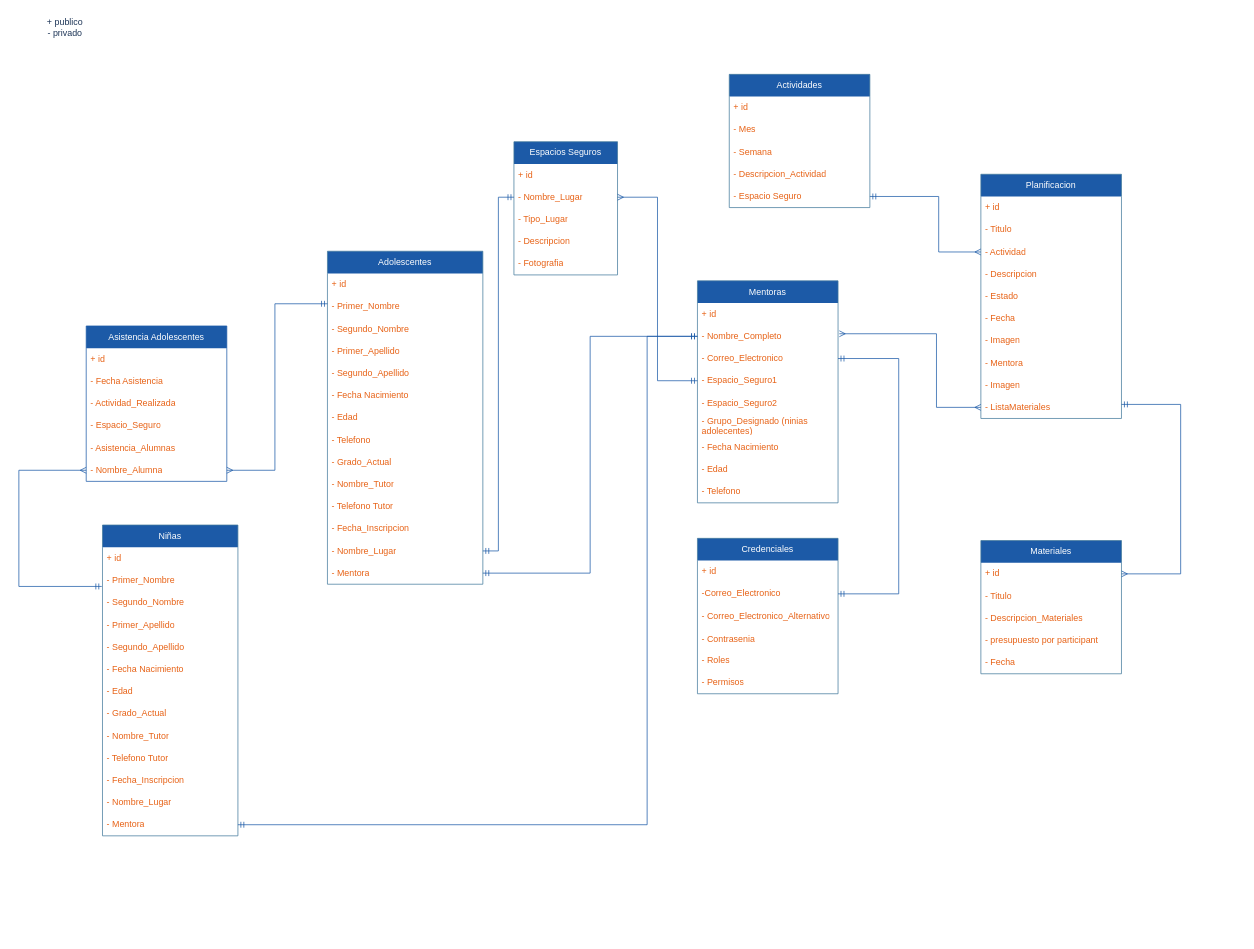
This is page "Digrama de Clases" (3 of 5) of REDMI.drawio from NealD00/Diagramin, a draw.io file, before an edit. Source tidied: cells renumbered, new cells numbered last; positions are measured from the earlier drawing's top-left corner, leaving out a move shared by most shapes. Both pictures are drawn from the tidied source at 74%, with x=0, y=0 at pixel (18, 13).
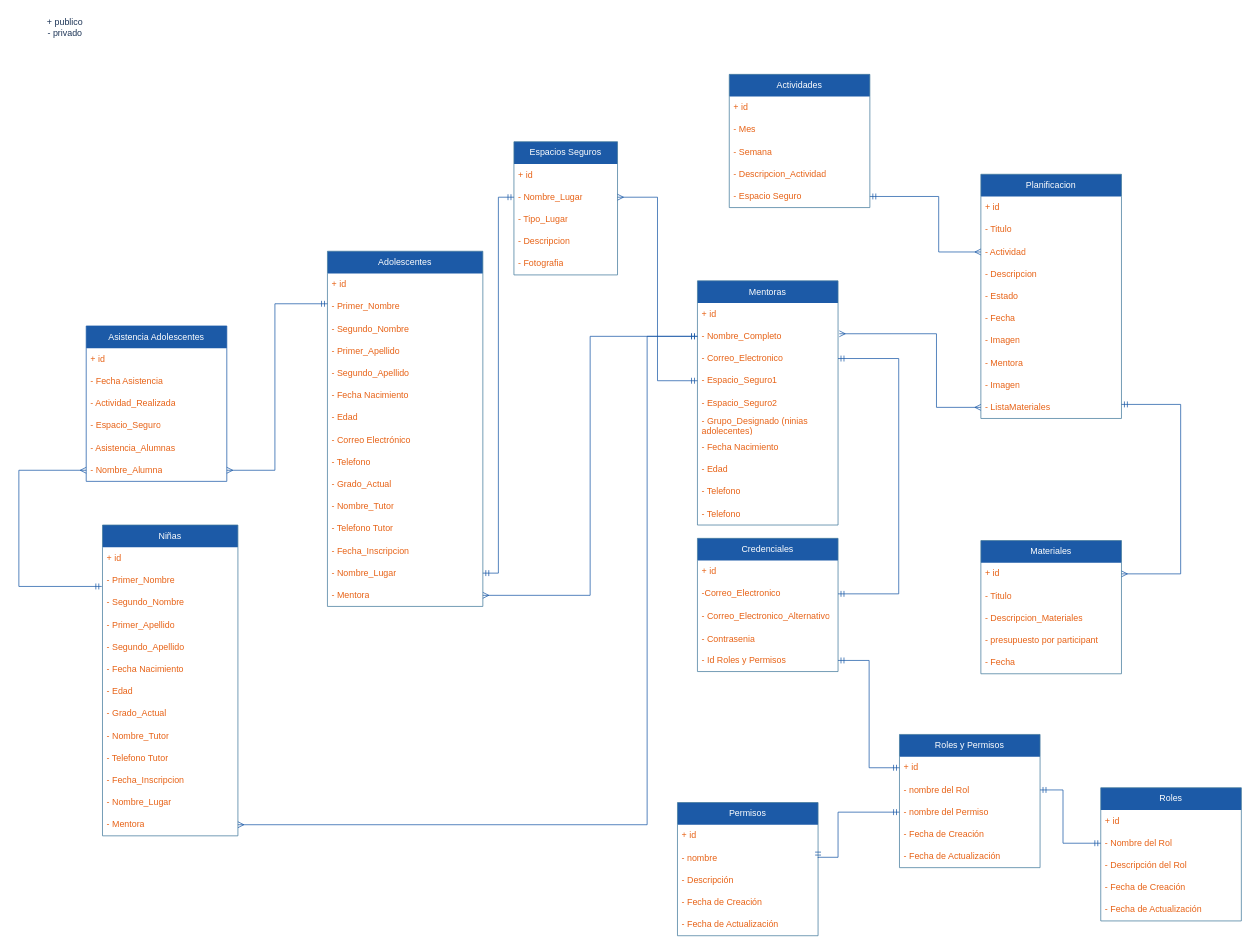
The same diagram, later.

Unchanged cells that the change refers to:
```xml
<mxCell id="26" value="- Nombre_Completo" style="text;strokeColor=none;fillColor=none;align=left;verticalAlign=middle;spacingLeft=4;spacingRight=4;overflow=hidden;points=[[0,0.5],[1,0.5]];portConstraint=eastwest;whiteSpace=wrap;html=1;labelBackgroundColor=none;fontColor=#E76216;swimlaneLine=0;" parent="24" vertex="1">
  <mxGeometry y="60" width="190" height="30" as="geometry" />
</mxCell>
<mxCell id="90" value="- Mentora" style="text;strokeColor=none;fillColor=none;align=left;verticalAlign=middle;spacingLeft=4;spacingRight=4;overflow=hidden;points=[[0,0.5],[1,0.5]];portConstraint=eastwest;whiteSpace=wrap;html=1;labelBackgroundColor=none;fontColor=#E76216;swimlaneLine=0;" parent="77" vertex="1">
  <mxGeometry y="390" width="183" height="30" as="geometry" />
</mxCell>
```

Change to the diagram source:
```diff
@@
     <mxCell id="9" value="&lt;font color=&quot;#ffffff&quot;&gt;Adolescentes&lt;/font&gt;" style="swimlane;fontStyle=0;horizontal=1;startSize=30;whiteSpace=wrap;html=1;labelBackgroundColor=none;fillColor=#1C5AA7;strokeColor=#457B9D;fontColor=#1D3557;swimlaneLine=0;" parent="1" vertex="1">
-      <mxGeometry x="417" y="322" width="210" height="450" as="geometry" />
+      <mxGeometry x="417" y="322" width="210" height="480" as="geometry" />
     </mxCell>
@@
+    <mxCell id="95" value="- Correo Electrónico" style="text;strokeColor=none;fillColor=none;align=left;verticalAlign=middle;spacingLeft=4;spacingRight=4;overflow=hidden;whiteSpace=wrap;html=1;labelBackgroundColor=none;fontColor=#E76216;swimlaneLine=0;" parent="9" vertex="1">
+      <mxGeometry y="240" width="210" height="30" as="geometry" />
+    </mxCell>
     <mxCell id="17" value="- Telefono" style="text;strokeColor=none;fillColor=none;align=left;verticalAlign=middle;spacingLeft=4;spacingRight=4;overflow=hidden;whiteSpace=wrap;html=1;labelBackgroundColor=none;fontColor=#E76216;swimlaneLine=0;" parent="9" vertex="1">
-      <mxGeometry y="240" width="210" height="30" as="geometry" />
+      <mxGeometry y="270" width="210" height="30" as="geometry" />
     </mxCell>
     <mxCell id="18" value="- Grado_Actual" style="text;strokeColor=none;fillColor=none;align=left;verticalAlign=middle;spacingLeft=4;spacingRight=4;overflow=hidden;whiteSpace=wrap;html=1;labelBackgroundColor=none;fontColor=#E76216;swimlaneLine=0;" parent="9" vertex="1">
-      <mxGeometry y="270" width="210" height="30" as="geometry" />
+      <mxGeometry y="300" width="210" height="30" as="geometry" />
     </mxCell>
     <mxCell id="19" value="- Nombre_Tutor" style="text;strokeColor=none;fillColor=none;align=left;verticalAlign=middle;spacingLeft=4;spacingRight=4;overflow=hidden;whiteSpace=wrap;html=1;labelBackgroundColor=none;fontColor=#E76216;swimlaneLine=0;" parent="9" vertex="1">
-      <mxGeometry y="300" width="210" height="30" as="geometry" />
+      <mxGeometry y="330" width="210" height="30" as="geometry" />
     </mxCell>
     <mxCell id="20" value="- Telefono Tutor" style="text;strokeColor=none;fillColor=none;align=left;verticalAlign=middle;spacingLeft=4;spacingRight=4;overflow=hidden;whiteSpace=wrap;html=1;labelBackgroundColor=none;fontColor=#E76216;swimlaneLine=0;" parent="9" vertex="1">
-      <mxGeometry y="330" width="210" height="30" as="geometry" />
+      <mxGeometry y="360" width="210" height="30" as="geometry" />
     </mxCell>
     <mxCell id="21" value="- Fecha_Inscripcion" style="text;strokeColor=none;fillColor=none;align=left;verticalAlign=middle;spacingLeft=4;spacingRight=4;overflow=hidden;whiteSpace=wrap;html=1;labelBackgroundColor=none;fontColor=#E76216;swimlaneLine=0;" parent="9" vertex="1">
-      <mxGeometry y="360" width="210" height="30" as="geometry" />
+      <mxGeometry y="390" width="210" height="30" as="geometry" />
     </mxCell>
     <mxCell id="22" value="- Nombre_Lugar" style="text;strokeColor=none;fillColor=none;align=left;verticalAlign=middle;spacingLeft=4;spacingRight=4;overflow=hidden;points=[[0,0.5],[1,0.5]];portConstraint=eastwest;whiteSpace=wrap;html=1;labelBackgroundColor=none;fontColor=#E76216;swimlaneLine=0;" parent="9" vertex="1">
-      <mxGeometry y="390" width="210" height="30" as="geometry" />
+      <mxGeometry y="420" width="210" height="30" as="geometry" />
     </mxCell>
     <mxCell id="23" value="- Mentora" style="text;strokeColor=none;fillColor=none;align=left;verticalAlign=middle;spacingLeft=4;spacingRight=4;overflow=hidden;points=[[0,0.5],[1,0.5]];portConstraint=eastwest;whiteSpace=wrap;html=1;labelBackgroundColor=none;fontColor=#E76216;swimlaneLine=0;" parent="9" vertex="1">
-      <mxGeometry y="420" width="210" height="30" as="geometry" />
+      <mxGeometry y="450" width="210" height="30" as="geometry" />
     </mxCell>
     <mxCell id="24" value="&lt;font color=&quot;#ffffff&quot;&gt;Mentoras&lt;/font&gt;" style="swimlane;fontStyle=0;horizontal=1;startSize=30;whiteSpace=wrap;html=1;labelBackgroundColor=none;fillColor=#1C5AA7;strokeColor=#457B9D;fontColor=#1D3557;swimlaneLine=0;" parent="1" vertex="1">
-      <mxGeometry x="917" y="362" width="190" height="300" as="geometry" />
+      <mxGeometry x="917" y="362" width="190" height="330" as="geometry" />
     </mxCell>
@@
+    <mxCell id="96" value="- Telefono" style="text;strokeColor=none;fillColor=none;align=left;verticalAlign=middle;spacingLeft=4;spacingRight=4;overflow=hidden;whiteSpace=wrap;html=1;labelBackgroundColor=none;fontColor=#E76216;swimlaneLine=0;" parent="24" vertex="1">
+      <mxGeometry y="270" width="190" height="30" as="geometry" />
+    </mxCell>
     <mxCell id="33" value="- Telefono" style="text;strokeColor=none;fillColor=none;align=left;verticalAlign=middle;spacingLeft=4;spacingRight=4;overflow=hidden;whiteSpace=wrap;html=1;labelBackgroundColor=none;fontColor=#E76216;swimlaneLine=0;" parent="24" vertex="1">
-      <mxGeometry y="270" width="190" height="30" as="geometry" />
+      <mxGeometry y="300" width="190" height="30" as="geometry" />
     </mxCell>
@@
     <mxCell id="52" value="&lt;font color=&quot;#ffffff&quot;&gt;Credenciales&lt;/font&gt;" style="swimlane;fontStyle=0;horizontal=1;startSize=30;whiteSpace=wrap;html=1;labelBackgroundColor=none;fillColor=#1C5AA7;strokeColor=#457B9D;fontColor=#1D3557;swimlaneLine=0;" parent="1" vertex="1">
-      <mxGeometry x="917" y="710" width="190" height="210" as="geometry" />
+      <mxGeometry x="917" y="710" width="190" height="180" as="geometry" />
     </mxCell>
@@
-    <mxCell id="57" value="- Roles" style="text;strokeColor=none;fillColor=none;align=left;verticalAlign=middle;spacingLeft=4;spacingRight=4;overflow=hidden;points=[[0,0.5],[1,0.5]];portConstraint=eastwest;whiteSpace=wrap;html=1;labelBackgroundColor=none;fontColor=#E76216;swimlaneLine=0;" parent="52" vertex="1">
+    <mxCell id="57" value="- Id Roles y Permisos" style="text;strokeColor=none;fillColor=none;align=left;verticalAlign=middle;spacingLeft=4;spacingRight=4;overflow=hidden;points=[[0,0.5],[1,0.5]];portConstraint=eastwest;whiteSpace=wrap;html=1;labelBackgroundColor=none;fontColor=#E76216;swimlaneLine=0;" parent="52" vertex="1">
       <mxGeometry y="150" width="190" height="30" as="geometry" />
     </mxCell>
-    <mxCell id="58" value="- Permisos" style="text;strokeColor=none;fillColor=none;align=left;verticalAlign=middle;spacingLeft=4;spacingRight=4;overflow=hidden;whiteSpace=wrap;html=1;labelBackgroundColor=none;fontColor=#E76216;swimlaneLine=0;" parent="52" vertex="1">
-      <mxGeometry y="180" width="190" height="30" as="geometry" />
-    </mxCell>
-    <mxCell id="59" style="rounded=0;jettySize=auto;html=1;exitX=0;exitY=0.5;exitDx=0;exitDy=0;fontFamily=Helvetica;fontSize=12;fontColor=default;fontStyle=0;edgeStyle=orthogonalEdgeStyle;startArrow=ERmandOne;startFill=0;endArrow=ERmandOne;endFill=0;labelBackgroundColor=none;strokeColor=#1C5AA7;swimlaneLine=0;" parent="1" edge="1" source="26" target="23">
+    <mxCell id="59" style="rounded=0;jettySize=auto;html=1;exitX=0;exitY=0.5;exitDx=0;exitDy=0;fontFamily=Helvetica;fontSize=12;fontColor=default;fontStyle=0;edgeStyle=orthogonalEdgeStyle;startArrow=ERmandOne;startFill=0;endArrow=ERmany;endFill=0;labelBackgroundColor=none;strokeColor=#1C5AA7;swimlaneLine=0;" parent="1" edge="1" source="26" target="23">
       <mxGeometry relative="1" as="geometry" />
     </mxCell>
@@
-    <mxCell id="91" style="rounded=0;jettySize=auto;html=1;fontFamily=Helvetica;fontSize=12;fontColor=default;fontStyle=0;edgeStyle=orthogonalEdgeStyle;startArrow=ERmandOne;startFill=0;endArrow=ERmandOne;endFill=0;exitX=0;exitY=0.5;exitDx=0;exitDy=0;entryX=1;entryY=0.5;entryDx=0;entryDy=0;labelBackgroundColor=none;strokeColor=#1C5AA7;swimlaneLine=0;" parent="1" edge="1" source="26" target="90">
+    <mxCell id="91" style="rounded=0;jettySize=auto;html=1;fontFamily=Helvetica;fontSize=12;fontColor=default;fontStyle=0;edgeStyle=orthogonalEdgeStyle;startArrow=ERmandOne;startFill=0;endArrow=ERmany;endFill=0;exitX=0;exitY=0.5;exitDx=0;exitDy=0;entryX=1;entryY=0.5;entryDx=0;entryDy=0;labelBackgroundColor=none;strokeColor=#1C5AA7;swimlaneLine=0;" parent="1" edge="1" source="26" target="90">
       <mxGeometry relative="1" as="geometry">
         <Array as="points">
           <mxPoint x="849" y="437" />
           <mxPoint x="849" y="1097" />
         </Array>
       </mxGeometry>
     </mxCell>
@@
+    <mxCell id="97" value="&lt;font color=&quot;#ffffff&quot;&gt;Roles&lt;/font&gt;" style="swimlane;fontStyle=0;horizontal=1;startSize=30;whiteSpace=wrap;html=1;labelBackgroundColor=none;fillColor=#1C5AA7;strokeColor=#457B9D;fontColor=#1D3557;swimlaneLine=0;" parent="1" vertex="1">
+      <mxGeometry x="1462" y="1047" width="190" height="180" as="geometry" />
+    </mxCell>
+    <mxCell id="98" value="+ id&amp;nbsp;&lt;span style=&quot;white-space: pre;&quot;&gt;&#9;&lt;/span&gt;" style="text;strokeColor=none;fillColor=none;align=left;verticalAlign=middle;spacingLeft=4;spacingRight=4;overflow=hidden;whiteSpace=wrap;html=1;labelBackgroundColor=none;fontColor=#E76216;swimlaneLine=0;" parent="97" vertex="1">
+      <mxGeometry y="30" width="190" height="30" as="geometry" />
+    </mxCell>
+    <mxCell id="99" value="- Nombre del Rol" style="text;strokeColor=none;fillColor=none;align=left;verticalAlign=middle;spacingLeft=4;spacingRight=4;overflow=hidden;points=[[0,0.5],[1,0.5]];portConstraint=eastwest;whiteSpace=wrap;html=1;labelBackgroundColor=none;fontColor=#E76216;swimlaneLine=0;" parent="97" vertex="1">
+      <mxGeometry y="60" width="190" height="30" as="geometry" />
+    </mxCell>
+    <mxCell id="100" value="- Descripción del Rol" style="text;strokeColor=none;fillColor=none;align=left;verticalAlign=middle;spacingLeft=4;spacingRight=4;overflow=hidden;whiteSpace=wrap;html=1;labelBackgroundColor=none;fontColor=#E76216;swimlaneLine=0;" parent="97" vertex="1">
+      <mxGeometry y="90" width="190" height="30" as="geometry" />
+    </mxCell>
+    <mxCell id="101" value="- Fecha de Creación" style="text;strokeColor=none;fillColor=none;align=left;verticalAlign=middle;spacingLeft=4;spacingRight=4;overflow=hidden;whiteSpace=wrap;html=1;labelBackgroundColor=none;fontColor=#E76216;swimlaneLine=0;" parent="97" vertex="1">
+      <mxGeometry y="120" width="190" height="30" as="geometry" />
+    </mxCell>
+    <mxCell id="102" value="- Fecha de Actualización" style="text;strokeColor=none;fillColor=none;align=left;verticalAlign=middle;spacingLeft=4;spacingRight=4;overflow=hidden;whiteSpace=wrap;html=1;labelBackgroundColor=none;fontColor=#E76216;swimlaneLine=0;" parent="97" vertex="1">
+      <mxGeometry y="150" width="190" height="30" as="geometry" />
+    </mxCell>
+    <mxCell id="103" value="&lt;font color=&quot;#ffffff&quot;&gt;Permisos&lt;/font&gt;" style="swimlane;fontStyle=0;horizontal=1;startSize=30;whiteSpace=wrap;html=1;labelBackgroundColor=none;fillColor=#1C5AA7;strokeColor=#457B9D;fontColor=#1D3557;swimlaneLine=0;" parent="1" vertex="1">
+      <mxGeometry x="890" y="1067" width="190" height="180" as="geometry" />
+    </mxCell>
+    <mxCell id="104" value="+ id&amp;nbsp;&lt;span style=&quot;white-space: pre;&quot;&gt;&#9;&lt;/span&gt;" style="text;strokeColor=none;fillColor=none;align=left;verticalAlign=middle;spacingLeft=4;spacingRight=4;overflow=hidden;whiteSpace=wrap;html=1;labelBackgroundColor=none;fontColor=#E76216;swimlaneLine=0;" parent="103" vertex="1">
+      <mxGeometry y="30" width="190" height="30" as="geometry" />
+    </mxCell>
+    <mxCell id="105" value="- nombre" style="text;strokeColor=none;fillColor=none;align=left;verticalAlign=middle;spacingLeft=4;spacingRight=4;overflow=hidden;points=[[0,0.5],[1,0.5]];portConstraint=eastwest;whiteSpace=wrap;html=1;labelBackgroundColor=none;fontColor=#E76216;swimlaneLine=0;" parent="103" vertex="1">
+      <mxGeometry y="60" width="190" height="30" as="geometry" />
+    </mxCell>
+    <mxCell id="106" value="- Descripción" style="text;strokeColor=none;fillColor=none;align=left;verticalAlign=middle;spacingLeft=4;spacingRight=4;overflow=hidden;whiteSpace=wrap;html=1;labelBackgroundColor=none;fontColor=#E76216;swimlaneLine=0;" parent="103" vertex="1">
+      <mxGeometry y="90" width="190" height="30" as="geometry" />
+    </mxCell>
+    <mxCell id="107" value="- Fecha de Creación" style="text;strokeColor=none;fillColor=none;align=left;verticalAlign=middle;spacingLeft=4;spacingRight=4;overflow=hidden;whiteSpace=wrap;html=1;labelBackgroundColor=none;fontColor=#E76216;swimlaneLine=0;" parent="103" vertex="1">
+      <mxGeometry y="120" width="190" height="30" as="geometry" />
+    </mxCell>
+    <mxCell id="108" value="- Fecha de Actualización" style="text;strokeColor=none;fillColor=none;align=left;verticalAlign=middle;spacingLeft=4;spacingRight=4;overflow=hidden;whiteSpace=wrap;html=1;labelBackgroundColor=none;fontColor=#E76216;swimlaneLine=0;" parent="103" vertex="1">
+      <mxGeometry y="150" width="190" height="30" as="geometry" />
+    </mxCell>
+    <mxCell id="109" value="&lt;font color=&quot;#ffffff&quot;&gt;Roles y Permisos&lt;/font&gt;" style="swimlane;fontStyle=0;horizontal=1;startSize=30;whiteSpace=wrap;html=1;labelBackgroundColor=none;fillColor=#1C5AA7;strokeColor=#457B9D;fontColor=#1D3557;swimlaneLine=0;" parent="1" vertex="1">
+      <mxGeometry x="1190" y="975" width="190" height="180" as="geometry" />
+    </mxCell>
+    <mxCell id="110" value="+ id&amp;nbsp;&lt;span style=&quot;white-space: pre;&quot;&gt;&#9;&lt;/span&gt;" style="text;strokeColor=none;fillColor=none;align=left;verticalAlign=middle;spacingLeft=4;spacingRight=4;overflow=hidden;points=[[0,0.5],[1,0.5]];portConstraint=eastwest;whiteSpace=wrap;html=1;labelBackgroundColor=none;fontColor=#E76216;swimlaneLine=0;" parent="109" vertex="1">
+      <mxGeometry y="30" width="190" height="30" as="geometry" />
+    </mxCell>
+    <mxCell id="111" value="- nombre del Rol" style="text;strokeColor=none;fillColor=none;align=left;verticalAlign=middle;spacingLeft=4;spacingRight=4;overflow=hidden;points=[[0,0.5],[1,0.5]];portConstraint=eastwest;whiteSpace=wrap;html=1;labelBackgroundColor=none;fontColor=#E76216;swimlaneLine=0;" parent="109" vertex="1">
+      <mxGeometry y="60" width="190" height="30" as="geometry" />
+    </mxCell>
+    <mxCell id="112" value="- nombre del Permiso" style="text;strokeColor=none;fillColor=none;align=left;verticalAlign=middle;spacingLeft=4;spacingRight=4;overflow=hidden;points=[[0,0.5],[1,0.5]];portConstraint=eastwest;whiteSpace=wrap;html=1;labelBackgroundColor=none;fontColor=#E76216;swimlaneLine=0;" parent="109" vertex="1">
+      <mxGeometry y="90" width="190" height="30" as="geometry" />
+    </mxCell>
+    <mxCell id="113" value="- Fecha de Creación" style="text;strokeColor=none;fillColor=none;align=left;verticalAlign=middle;spacingLeft=4;spacingRight=4;overflow=hidden;whiteSpace=wrap;html=1;labelBackgroundColor=none;fontColor=#E76216;swimlaneLine=0;" parent="109" vertex="1">
+      <mxGeometry y="120" width="190" height="30" as="geometry" />
+    </mxCell>
+    <mxCell id="114" value="- Fecha de Actualización" style="text;strokeColor=none;fillColor=none;align=left;verticalAlign=middle;spacingLeft=4;spacingRight=4;overflow=hidden;whiteSpace=wrap;html=1;labelBackgroundColor=none;fontColor=#E76216;swimlaneLine=0;" parent="109" vertex="1">
+      <mxGeometry y="150" width="190" height="30" as="geometry" />
+    </mxCell>
+    <mxCell id="115" style="rounded=0;jettySize=auto;elbow=vertical;html=1;entryX=0;entryY=0.5;entryDx=0;entryDy=0;fontFamily=Helvetica;fontSize=12;fontColor=default;fontStyle=0;edgeStyle=orthogonalEdgeStyle;startArrow=ERmandOne;startFill=0;endArrow=ERmandOne;endFill=0;labelBackgroundColor=none;strokeColor=#1C5AA7;exitX=1;exitY=0.5;exitDx=0;exitDy=0;swimlaneLine=0;" parent="1" edge="1" source="105" target="112">
+      <mxGeometry relative="1" as="geometry">
+        <Array as="points">
+          <mxPoint x="1107" y="1141" />
+          <mxPoint x="1107" y="1080" />
+        </Array>
+      </mxGeometry>
+    </mxCell>
+    <mxCell id="116" style="rounded=0;jettySize=auto;elbow=vertical;html=1;entryX=0;entryY=0.5;entryDx=0;entryDy=0;fontFamily=Helvetica;fontSize=12;fontColor=default;fontStyle=0;edgeStyle=orthogonalEdgeStyle;startArrow=ERmandOne;startFill=0;endArrow=ERmandOne;endFill=0;labelBackgroundColor=none;strokeColor=#1C5AA7;exitX=1;exitY=0.5;exitDx=0;exitDy=0;swimlaneLine=0;" parent="1" edge="1" source="111" target="99">
+      <mxGeometry relative="1" as="geometry">
+        <Array as="points">
+          <mxPoint x="1411" y="1050" />
+          <mxPoint x="1411" y="1122" />
+        </Array>
+      </mxGeometry>
+    </mxCell>
+    <mxCell id="117" style="rounded=0;jettySize=auto;elbow=vertical;html=1;entryX=0;entryY=0.5;entryDx=0;entryDy=0;fontFamily=Helvetica;fontSize=12;fontColor=default;fontStyle=0;edgeStyle=orthogonalEdgeStyle;startArrow=ERmandOne;startFill=0;endArrow=ERmandOne;endFill=0;labelBackgroundColor=none;strokeColor=#1C5AA7;exitX=1;exitY=0.5;exitDx=0;exitDy=0;swimlaneLine=0;" parent="1" edge="1" source="57" target="110">
+      <mxGeometry relative="1" as="geometry">
+        <Array as="points">
+          <mxPoint x="1149" y="875" />
+          <mxPoint x="1149" y="1020" />
+        </Array>
+      </mxGeometry>
+    </mxCell>
```
